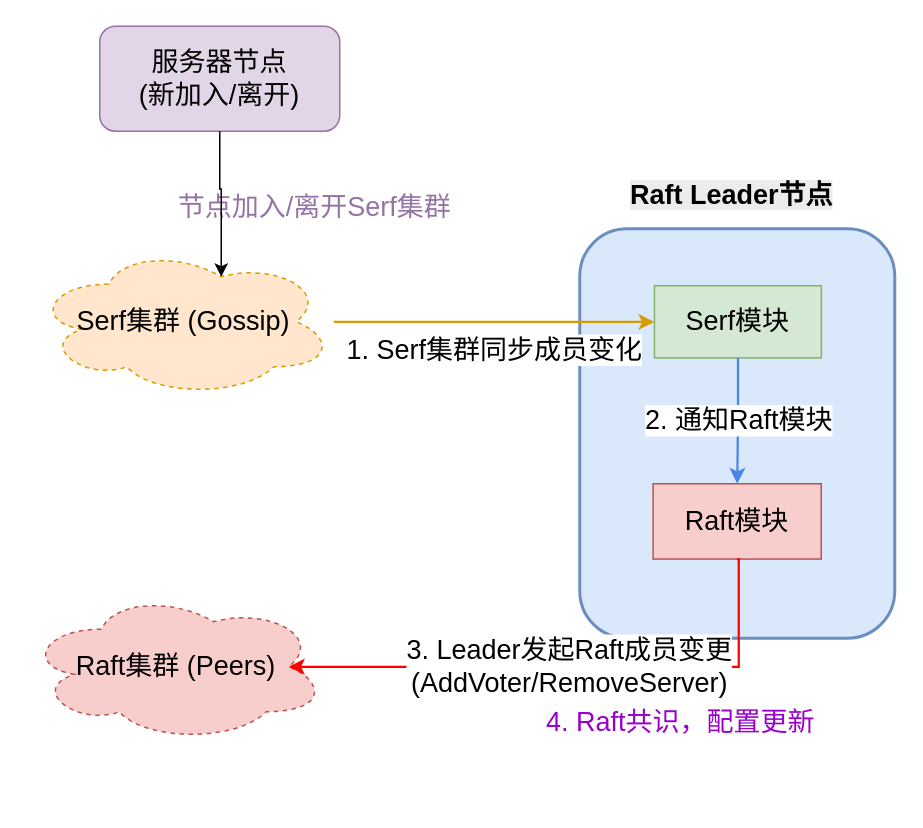
Above: projects/Raft与serf集成架构图.drawio in hanzug/draw.io (draw.io), before the change. Source tidied: cells renumbered, new cells numbered last; positions are measured from the earlier drawing's top-left corner, leaving out a move shared by most shapes. Both pictures are drawn from the tidied source at 150%, with x=0, y=0 at pixel (26, 26).
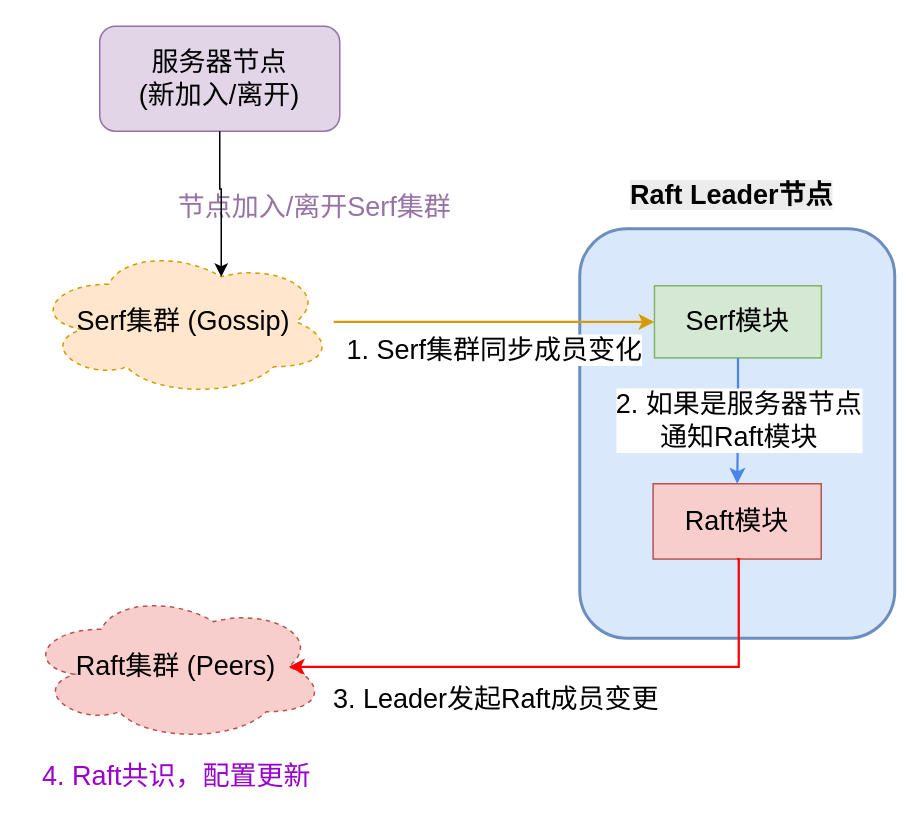
The same diagram, later.

Commit message (it also covers changes not shown here):
更新Raft与serf集成架构图.drawio

The edit, as a diff of the source:
```diff
@@
 <mxGraphModel>
   <root>
     <mxCell id="0" />
     <mxCell id="1" parent="0" />
     <mxCell id="2" style="rounded=1;whiteSpace=wrap;html=1;fillColor=#dae8fc;strokeColor=#6c8ebf;fontStyle=1;fontSize=18;strokeWidth=2;" parent="1" vertex="1">
       <mxGeometry x="369" y="135" width="210" height="273" as="geometry" />
     </mxCell>
     <mxCell id="3" value="Serf模块" style="rounded=0;whiteSpace=wrap;html=1;fillColor=#d5e8d4;strokeColor=#82b366;fontSize=18;" parent="2" vertex="1">
       <mxGeometry x="49.8" y="38" width="111.3" height="48.1" as="geometry" />
     </mxCell>
     <mxCell id="4" value="Raft模块" style="rounded=0;whiteSpace=wrap;html=1;fillColor=#f8cecc;strokeColor=#b85450;fontSize=18;" parent="2" vertex="1">
       <mxGeometry x="48.9" y="170" width="112.1" height="50.2" as="geometry" />
     </mxCell>
-    <mxCell id="5" value="2. 通知Raft模块" style="edgeStyle=orthogonalEdgeStyle;rounded=0;jettySize=auto;html=1;endArrow=classic;endFill=1;strokeColor=#4A86E8;strokeWidth=1.5;fontSize=18;" parent="2" edge="1" source="3" target="4">
+    <mxCell id="5" value="2. 如果是服务器节点&lt;div&gt;通知Raft模块&lt;/div&gt;" style="edgeStyle=orthogonalEdgeStyle;rounded=0;jettySize=auto;html=1;endArrow=classic;endFill=1;strokeColor=#4A86E8;strokeWidth=1.5;fontSize=18;" parent="2" edge="1" source="3" target="4">
       <mxGeometry relative="1" as="geometry" />
     </mxCell>
     <mxCell id="6" value="Raft集群 (Peers)" style="shape=cloud;whiteSpace=wrap;html=1;fillColor=#f8cecc;strokeColor=#b85450;fontSize=18;dashed=1;" parent="1" vertex="1">
       <mxGeometry y="377" width="200" height="100" as="geometry" />
     </mxCell>
     <mxCell id="7" value="Serf集群 (Gossip)" style="shape=cloud;whiteSpace=wrap;html=1;fillColor=#ffe6cc;strokeColor=#d79b00;fontSize=18;dashed=1;" parent="1" vertex="1">
       <mxGeometry x="5" y="147" width="200" height="100" as="geometry" />
     </mxCell>
     <mxCell id="8" value="服务器节点&lt;br&gt;(新加入/离开)" style="rounded=1;whiteSpace=wrap;html=1;fillColor=#e1d5e7;strokeColor=#9673a6;fontSize=18;" parent="1" vertex="1">
       <mxGeometry x="49" width="160" height="70" as="geometry" />
     </mxCell>
     <mxCell id="9" value="节点加入/离开Serf集群" style="text;html=1;align=center;verticalAlign=middle;strokeColor=none;fillColor=none;fontSize=18;fontColor=#9673a6;" parent="1" vertex="1">
       <mxGeometry x="92" y="104" width="200" height="34" as="geometry" />
     </mxCell>
     <mxCell id="10" value="1. Serf集群同步成员变化" style="edgeStyle=orthogonalEdgeStyle;rounded=0;jettySize=auto;html=1;endArrow=classic;endFill=1;strokeColor=#d79b00;strokeWidth=1.5;fontSize=18;" parent="1" edge="1" source="7" target="3">
       <mxGeometry y="-19" relative="1" as="geometry" />
     </mxCell>
     <mxCell id="11" value="4. Raft共识，配置更新" style="text;html=1;align=center;verticalAlign=middle;strokeColor=none;fillColor=none;fontSize=18;fontColor=#9900CC;" parent="1" vertex="1">
-      <mxGeometry x="337" y="447" width="197" height="34" as="geometry" />
+      <mxGeometry x="1.5" y="483" width="197" height="34" as="geometry" />
     </mxCell>
     <mxCell id="12" style="edgeStyle=orthogonalEdgeStyle;rounded=0;jettySize=auto;html=1;exitX=0.5;exitY=1;exitDx=0;exitDy=0;entryX=0.625;entryY=0.2;entryDx=0;entryDy=0;entryPerimeter=0;fontSize=18;" parent="1" edge="1" source="8" target="7">
       <mxGeometry relative="1" as="geometry" />
     </mxCell>
     <mxCell id="13" value="&lt;span style=&quot;color: rgb(0, 0, 0); font-family: Helvetica; font-style: normal; font-variant-ligatures: normal; font-variant-caps: normal; font-weight: 700; letter-spacing: normal; orphans: 2; text-align: center; text-indent: 0px; text-transform: none; widows: 2; word-spacing: 0px; -webkit-text-stroke-width: 0px; white-space: normal; background-color: rgb(236, 236, 236); text-decoration-thickness: initial; text-decoration-style: initial; text-decoration-color: initial; float: none; display: inline !important;&quot;&gt;Raft Leader节点&lt;/span&gt;" style="text;whiteSpace=wrap;html=1;fontSize=18;" parent="1" vertex="1">
       <mxGeometry x="400.5" y="96" width="147" height="39" as="geometry" />
     </mxCell>
-    <mxCell id="14" value="3. Leader发起Raft成员变更&lt;br&gt;(AddVoter/RemoveServer)" style="edgeStyle=orthogonalEdgeStyle;rounded=0;jettySize=auto;html=1;endArrow=classic;endFill=1;strokeColor=#FF0000;strokeWidth=1.5;exitX=0.5;exitY=1;exitDx=0;exitDy=0;entryX=0.875;entryY=0.5;entryDx=0;entryDy=0;entryPerimeter=0;fontSize=18;" parent="1" edge="1" source="4" target="6">
-      <mxGeometry relative="1" as="geometry">
+    <mxCell id="14" value="3. Leader发起Raft成员变更" style="edgeStyle=orthogonalEdgeStyle;rounded=0;jettySize=auto;html=1;endArrow=classic;endFill=1;strokeColor=#FF0000;strokeWidth=1.5;exitX=0.5;exitY=1;exitDx=0;exitDy=0;entryX=0.875;entryY=0.5;entryDx=0;entryDy=0;entryPerimeter=0;fontSize=18;" parent="1" edge="1" source="4" target="6">
+      <mxGeometry x="0.26" y="22" relative="1" as="geometry">
         <Array as="points">
           <mxPoint x="475" y="402" />
           <mxPoint x="475" y="402" />
           <mxPoint x="475" y="427" />
         </Array>
       </mxGeometry>
     </mxCell>
   </root>
 </mxGraphModel>
```
